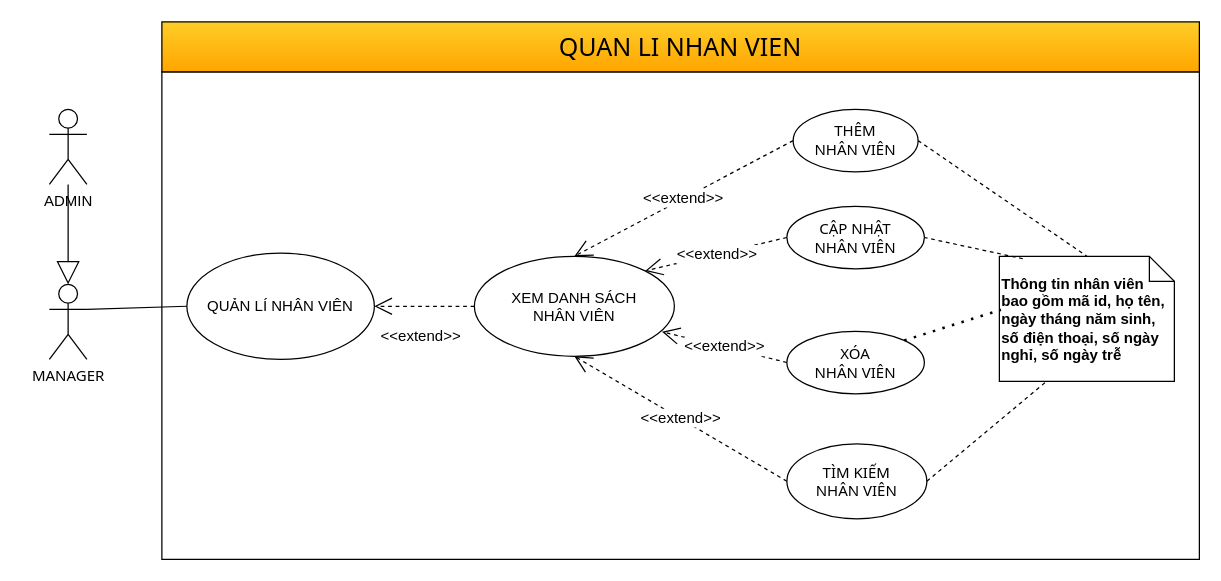
The draw.io diagram QuanLyNhanVien.drawio in hoangda24312/Group4-DesigningSystem, before the edit. Source tidied: cells renumbered, new cells numbered last; positions are measured from the earlier drawing's top-left corner, leaving out a move shared by most shapes. Both pictures are drawn from the tidied source at 125%, with x=0, y=0 at pixel (49, 21).
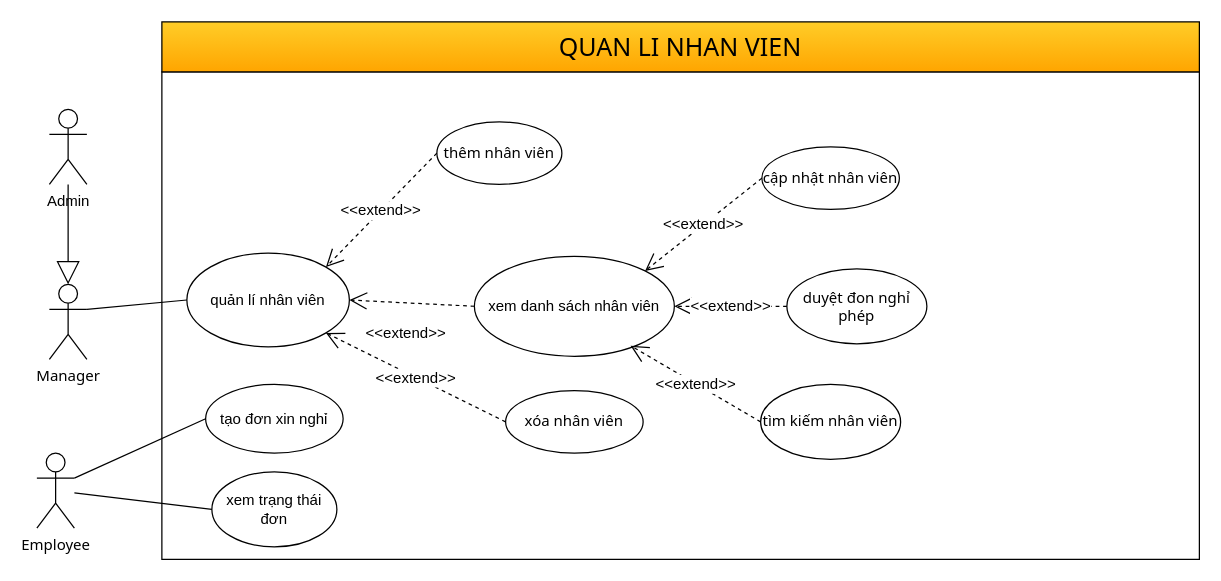
Above is the later version.

Commit message (it also covers changes not shown here):
*sua usecase toan bo, +them quan ly du an

Diff of the diagram source:
```diff
@@
-    <mxCell id="4" value="THÊM&lt;div&gt;NHÂN VIÊN&lt;/div&gt;" style="ellipse;whiteSpace=wrap;html=1;fontFamily=Tahoma;" parent="1" vertex="1">
-      <mxGeometry x="595" y="70" width="100" height="50" as="geometry" />
+    <mxCell id="4" value="thêm nhân viên" style="ellipse;whiteSpace=wrap;html=1;fontFamily=Tahoma;" parent="1" vertex="1">
+      <mxGeometry x="310" y="80" width="100" height="50" as="geometry" />
     </mxCell>
-    <mxCell id="5" value="CẬP NHẬT&lt;div&gt;NHÂN VIÊN&lt;/div&gt;" style="ellipse;whiteSpace=wrap;html=1;fontFamily=Tahoma;" parent="1" vertex="1">
-      <mxGeometry x="590" y="147.5" width="110" height="50" as="geometry" />
+    <mxCell id="5" value="cập nhật nhân viên" style="ellipse;whiteSpace=wrap;html=1;fontFamily=Tahoma;" parent="1" vertex="1">
+      <mxGeometry x="570" y="100" width="110" height="50" as="geometry" />
     </mxCell>
-    <mxCell id="6" value="XÓA&lt;div&gt;NHÂN VIÊN&lt;/div&gt;" style="ellipse;whiteSpace=wrap;html=1;fontFamily=Tahoma;" parent="1" vertex="1">
-      <mxGeometry x="590" y="247.5" width="110" height="50" as="geometry" />
+    <mxCell id="6" value="xóa nhân viên" style="ellipse;whiteSpace=wrap;html=1;fontFamily=Tahoma;" parent="1" vertex="1">
+      <mxGeometry x="365" y="295" width="110" height="50" as="geometry" />
     </mxCell>
-    <mxCell id="7" value="TÌM KIẾM&lt;div&gt;NHÂN VIÊN&lt;/div&gt;" style="ellipse;whiteSpace=wrap;html=1;fontFamily=Tahoma;" parent="1" vertex="1">
-      <mxGeometry x="590" y="337.5" width="112" height="60" as="geometry" />
+    <mxCell id="7" value="tìm kiếm nhân viên" style="ellipse;whiteSpace=wrap;html=1;fontFamily=Tahoma;" parent="1" vertex="1">
+      <mxGeometry x="569" y="290" width="112" height="60" as="geometry" />
     </mxCell>
-    <mxCell id="8" value="QUẢN LÍ NHÂN VIÊN" style="ellipse;whiteSpace=wrap;html=1;" parent="1" vertex="1">
-      <mxGeometry x="110" y="185" width="150" height="85" as="geometry" />
+    <mxCell id="8" value="quản lí nhân viên" style="ellipse;whiteSpace=wrap;html=1;" parent="1" vertex="1">
+      <mxGeometry x="110" y="185" width="130" height="75" as="geometry" />
     </mxCell>
-    <mxCell id="9" value="XEM DANH SÁCH&lt;div&gt;NHÂN VIÊN&lt;/div&gt;" style="ellipse;whiteSpace=wrap;html=1;" parent="1" vertex="1">
+    <mxCell id="9" value="xem danh sách nhân viên" style="ellipse;whiteSpace=wrap;html=1;" parent="1" vertex="1">
       <mxGeometry x="340" y="187.5" width="160" height="80" as="geometry" />
     </mxCell>
-    <mxCell id="10" value="&lt;font style=&quot;font-size: 12px;&quot;&gt;&amp;lt;&amp;lt;extend&amp;gt;&amp;gt;&lt;/font&gt;" style="endArrow=open;endSize=12;dashed=1;html=1;rounded=0;exitX=0;exitY=0.5;exitDx=0;exitDy=0;entryX=0.5;entryY=0;entryDx=0;entryDy=0;" parent="1" edge="1" source="4" target="9">
+    <mxCell id="10" value="&lt;font style=&quot;font-size: 12px;&quot;&gt;&amp;lt;&amp;lt;extend&amp;gt;&amp;gt;&lt;/font&gt;" style="endArrow=open;endSize=12;dashed=1;html=1;rounded=0;exitX=0;exitY=0.5;exitDx=0;exitDy=0;entryX=1;entryY=0;entryDx=0;entryDy=0;" parent="1" edge="1" source="4" target="8">
       <mxGeometry relative="1" as="geometry" />
     </mxCell>
@@
-    <mxCell id="12" value="&lt;font style=&quot;font-size: 12px;&quot;&gt;&amp;lt;&amp;lt;extend&amp;gt;&amp;gt;&lt;/font&gt;" style="endArrow=open;endSize=12;dashed=1;html=1;rounded=0;exitX=0;exitY=0.5;exitDx=0;exitDy=0;entryX=0.938;entryY=0.755;entryDx=0;entryDy=0;entryPerimeter=0;" parent="1" edge="1" source="6" target="9">
+    <mxCell id="12" value="&lt;font style=&quot;font-size: 12px;&quot;&gt;&amp;lt;&amp;lt;extend&amp;gt;&amp;gt;&lt;/font&gt;" style="endArrow=open;endSize=12;dashed=1;html=1;rounded=0;exitX=0;exitY=0.5;exitDx=0;exitDy=0;entryX=1;entryY=1;entryDx=0;entryDy=0;" parent="1" edge="1" source="6" target="8">
       <mxGeometry relative="1" as="geometry" />
     </mxCell>
-    <mxCell id="13" value="&lt;font style=&quot;font-size: 12px;&quot;&gt;&amp;lt;&amp;lt;extend&amp;gt;&amp;gt;&lt;/font&gt;" style="endArrow=open;endSize=12;dashed=1;html=1;rounded=0;exitX=0;exitY=0.5;exitDx=0;exitDy=0;entryX=0.5;entryY=1;entryDx=0;entryDy=0;" parent="1" edge="1" source="7" target="9">
+    <mxCell id="13" value="&lt;font style=&quot;font-size: 12px;&quot;&gt;&amp;lt;&amp;lt;extend&amp;gt;&amp;gt;&lt;/font&gt;" style="endArrow=open;endSize=12;dashed=1;html=1;rounded=0;exitX=0;exitY=0.5;exitDx=0;exitDy=0;entryX=0.781;entryY=0.894;entryDx=0;entryDy=0;entryPerimeter=0;" parent="1" edge="1" source="7" target="9">
       <mxGeometry relative="1" as="geometry" />
     </mxCell>
-    <mxCell id="14" value="&lt;b&gt;Thông tin nhân viên bao gồm mã id, họ tên, ngày tháng năm sinh, số điện thoại, số ngày nghỉ, số ngày trễ&lt;/b&gt;" style="shape=note;size=20;whiteSpace=wrap;html=1;align=left;" parent="1" vertex="1">
-      <mxGeometry x="760" y="187.5" width="140" height="100" as="geometry" />
-    </mxCell>
-    <mxCell id="15" value="MANAGER" style="shape=umlActor;verticalLabelPosition=bottom;verticalAlign=top;html=1;outlineConnect=0;fontFamily=Tahoma;" parent="1" vertex="1">
+    <mxCell id="15" value="Manager" style="shape=umlActor;verticalLabelPosition=bottom;verticalAlign=top;html=1;outlineConnect=0;fontFamily=Tahoma;" parent="1" vertex="1">
       <mxGeometry y="210" width="30" height="60" as="geometry" />
     </mxCell>
@@
-    <mxCell id="17" style="endArrow=none;dashed=1;html=1;rounded=0;exitX=1;exitY=0.5;exitDx=0;exitDy=0;entryX=0.5;entryY=0;entryDx=0;entryDy=0;entryPerimeter=0;" parent="1" edge="1" source="4" target="14">
-      <mxGeometry relative="1" as="geometry" />
-    </mxCell>
-    <mxCell id="18" style="endArrow=none;dashed=1;html=1;rounded=0;entryX=1;entryY=0.5;entryDx=0;entryDy=0;exitX=0.134;exitY=0.02;exitDx=0;exitDy=0;exitPerimeter=0;" parent="1" edge="1" source="14" target="5">
-      <mxGeometry relative="1" as="geometry" />
-    </mxCell>
-    <mxCell id="19" style="endArrow=none;dashed=1;html=1;dashPattern=1 3;strokeWidth=2;rounded=0;exitX=1;exitY=0;exitDx=0;exitDy=0;entryX=0.009;entryY=0.428;entryDx=0;entryDy=0;entryPerimeter=0;" parent="1" edge="1" source="6" target="14">
-      <mxGeometry relative="1" as="geometry" />
-    </mxCell>
-    <mxCell id="20" style="endArrow=none;dashed=1;html=1;rounded=0;exitX=1;exitY=0.5;exitDx=0;exitDy=0;entryX=0.26;entryY=1.012;entryDx=0;entryDy=0;entryPerimeter=0;" parent="1" edge="1" source="7" target="14">
-      <mxGeometry relative="1" as="geometry" />
-    </mxCell>
@@
-    <mxCell id="22" value="ADMIN" style="shape=umlActor;verticalLabelPosition=bottom;verticalAlign=top;html=1;outlineConnect=0;" parent="1" vertex="1">
+    <mxCell id="22" value="Admin" style="shape=umlActor;verticalLabelPosition=bottom;verticalAlign=top;html=1;outlineConnect=0;" parent="1" vertex="1">
       <mxGeometry y="70" width="30" height="60" as="geometry" />
     </mxCell>
@@
+    <mxCell id="24" value="duyệt đon nghỉ phép" style="ellipse;whiteSpace=wrap;html=1;fontFamily=Tahoma;" parent="1" vertex="1">
+      <mxGeometry x="590" y="197.5" width="112" height="60" as="geometry" />
+    </mxCell>
+    <mxCell id="25" value="&lt;font style=&quot;font-size: 12px;&quot;&gt;&amp;lt;&amp;lt;extend&amp;gt;&amp;gt;&lt;/font&gt;" style="endArrow=open;endSize=12;dashed=1;html=1;rounded=0;exitX=0;exitY=0.5;exitDx=0;exitDy=0;entryX=1;entryY=0.5;entryDx=0;entryDy=0;" parent="1" edge="1" source="24" target="9">
+      <mxGeometry relative="1" as="geometry" />
+    </mxCell>
+    <mxCell id="26" value="Employee" style="shape=umlActor;verticalLabelPosition=bottom;verticalAlign=top;html=1;outlineConnect=0;fontFamily=Tahoma;" parent="1" vertex="1">
+      <mxGeometry x="-10" y="345" width="30" height="60" as="geometry" />
+    </mxCell>
+    <mxCell id="27" value="tạo đơn xin nghỉ" style="ellipse;whiteSpace=wrap;html=1;" parent="1" vertex="1">
+      <mxGeometry x="125" y="290" width="110" height="55" as="geometry" />
+    </mxCell>
+    <mxCell id="28" value="xem trạng thái đơn" style="ellipse;whiteSpace=wrap;html=1;" parent="1" vertex="1">
+      <mxGeometry x="130" y="360" width="100" height="60" as="geometry" />
+    </mxCell>
+    <mxCell id="29" style="endArrow=none;html=1;rounded=0;exitX=1;exitY=0.3333333333333333;exitDx=0;exitDy=0;exitPerimeter=0;entryX=0;entryY=0.5;entryDx=0;entryDy=0;" parent="1" edge="1" source="26" target="27">
+      <mxGeometry relative="1" as="geometry" />
+    </mxCell>
+    <mxCell id="30" style="endArrow=none;html=1;rounded=0;entryX=0;entryY=0.5;entryDx=0;entryDy=0;" parent="1" edge="1" source="26" target="28">
+      <mxGeometry relative="1" as="geometry" />
+    </mxCell>
```
